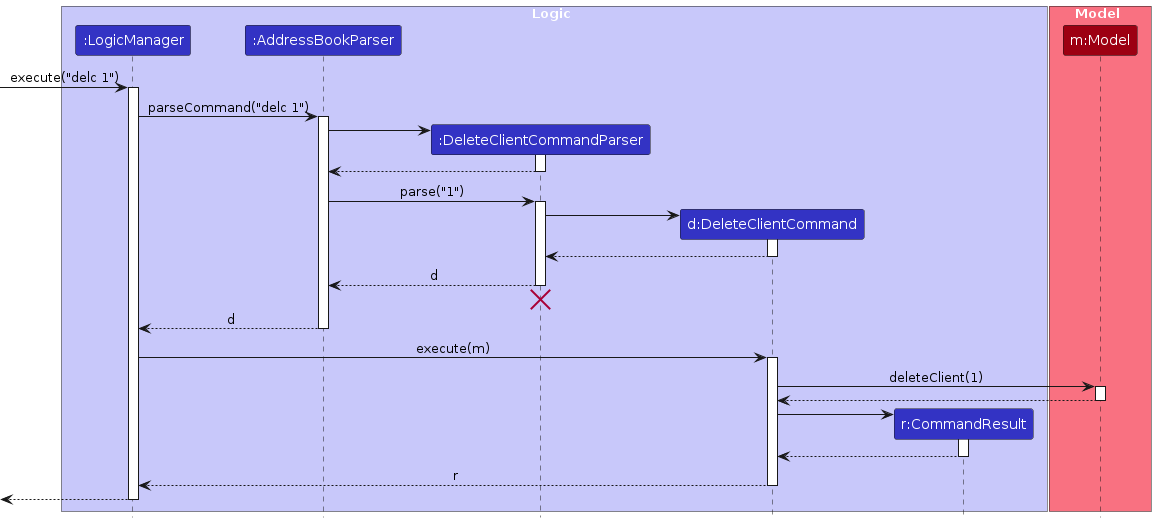
Above: diagrams/DeleteSequenceDiagram.png in AY2627S1-CS2103T-T14-4/tp (PlantUML), before the change. Its source is kept beside it as diagrams/DeleteSequenceDiagram.puml. Source of this version:
```plantuml
@startuml
!include style.puml
skinparam ArrowFontStyle plain

box Logic LOGIC_COLOR_T1
participant ":LogicManager" as LogicManager LOGIC_COLOR
participant ":AddressBookParser" as AddressBookParser LOGIC_COLOR
participant ":DeleteClientCommandParser" as DeleteClientCommandParser LOGIC_COLOR
participant "d:DeleteClientCommand" as DeleteClientCommand LOGIC_COLOR
participant "r:CommandResult" as CommandResult LOGIC_COLOR
end box

box Model MODEL_COLOR_T1
participant "m:Model" as Model MODEL_COLOR
end box

[-> LogicManager : execute("delc 1")
activate LogicManager

LogicManager -> AddressBookParser : parseCommand("delc 1")
activate AddressBookParser

create DeleteClientCommandParser
AddressBookParser -> DeleteClientCommandParser
activate DeleteClientCommandParser

DeleteClientCommandParser --> AddressBookParser
deactivate DeleteClientCommandParser

AddressBookParser -> DeleteClientCommandParser : parse("1")
activate DeleteClientCommandParser

create DeleteClientCommand
DeleteClientCommandParser -> DeleteClientCommand
activate DeleteClientCommand

DeleteClientCommand --> DeleteClientCommandParser :
deactivate DeleteClientCommand

DeleteClientCommandParser --> AddressBookParser : d
deactivate DeleteClientCommandParser
DeleteClientCommandParser -[hidden]-> AddressBookParser
destroy DeleteClientCommandParser

AddressBookParser --> LogicManager : d
deactivate AddressBookParser

LogicManager -> DeleteClientCommand : execute(m)
activate DeleteClientCommand

DeleteClientCommand -> Model : deleteClient(1)
activate Model

Model --> DeleteClientCommand
deactivate Model

create CommandResult
DeleteClientCommand -> CommandResult
activate CommandResult

CommandResult --> DeleteClientCommand
deactivate CommandResult

DeleteClientCommand --> LogicManager : r
deactivate DeleteClientCommand

[<--LogicManager
deactivate LogicManager
@enduml
```
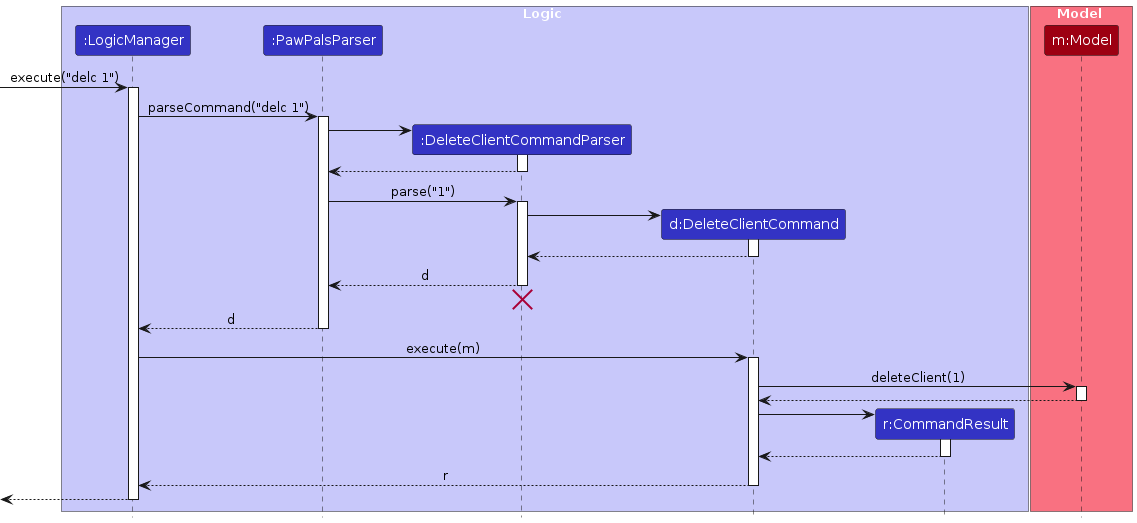
The same diagram one commit later.

Change to the diagram source:
```diff
@@ -4,7 +4,7 @@
 
 box Logic LOGIC_COLOR_T1
 participant ":LogicManager" as LogicManager LOGIC_COLOR
-participant ":AddressBookParser" as AddressBookParser LOGIC_COLOR
+participant ":PawPalsParser" as PawPalsParser LOGIC_COLOR
 participant ":DeleteClientCommandParser" as DeleteClientCommandParser LOGIC_COLOR
 participant "d:DeleteClientCommand" as DeleteClientCommand LOGIC_COLOR
 participant "r:CommandResult" as CommandResult LOGIC_COLOR
@@ -17,17 +17,17 @@
 [-> LogicManager : execute("delc 1")
 activate LogicManager
 
-LogicManager -> AddressBookParser : parseCommand("delc 1")
-activate AddressBookParser
+LogicManager -> PawPalsParser : parseCommand("delc 1")
+activate PawPalsParser
 
 create DeleteClientCommandParser
-AddressBookParser -> DeleteClientCommandParser
+PawPalsParser -> DeleteClientCommandParser
 activate DeleteClientCommandParser
 
-DeleteClientCommandParser --> AddressBookParser
+DeleteClientCommandParser --> PawPalsParser
 deactivate DeleteClientCommandParser
 
-AddressBookParser -> DeleteClientCommandParser : parse("1")
+PawPalsParser -> DeleteClientCommandParser : parse("1")
 activate DeleteClientCommandParser
 
 create DeleteClientCommand
@@ -37,13 +37,13 @@
 DeleteClientCommand --> DeleteClientCommandParser :
 deactivate DeleteClientCommand
 
-DeleteClientCommandParser --> AddressBookParser : d
+DeleteClientCommandParser --> PawPalsParser : d
 deactivate DeleteClientCommandParser
-DeleteClientCommandParser -[hidden]-> AddressBookParser
+DeleteClientCommandParser -[hidden]-> PawPalsParser
 destroy DeleteClientCommandParser
 
-AddressBookParser --> LogicManager : d
-deactivate AddressBookParser
+PawPalsParser --> LogicManager : d
+deactivate PawPalsParser
 
 LogicManager -> DeleteClientCommand : execute(m)
 activate DeleteClientCommand
```
